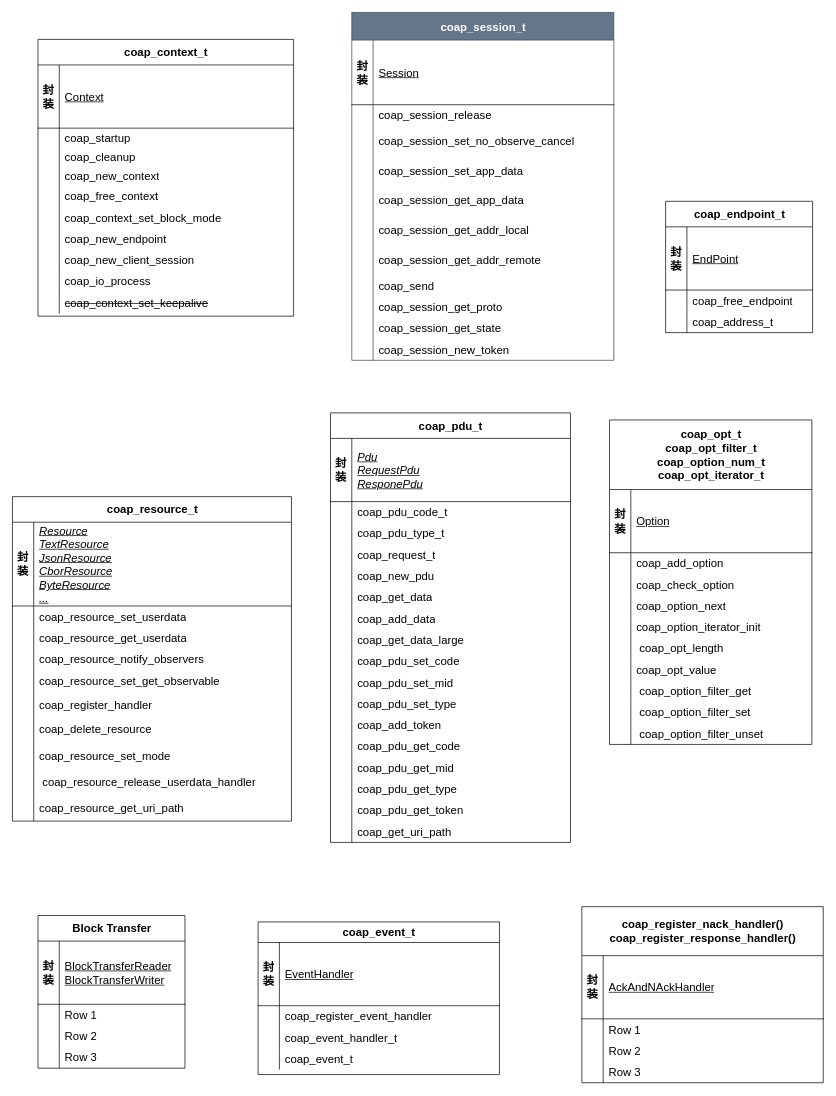
MrHulu/Learn-OpenGL keeps this draw.io diagram as page "coap底层封装" (3 of 4) of Coap/CoapPlusPlus/doc/coap.drawio. Above is the earlier version. Source tidied: cells renumbered, new cells numbered last; positions are measured from the earlier drawing's top-left corner, leaving out a move shared by most shapes. Both pictures are drawn from the tidied source at 71%, with x=0, y=0 at pixel (12, 12).
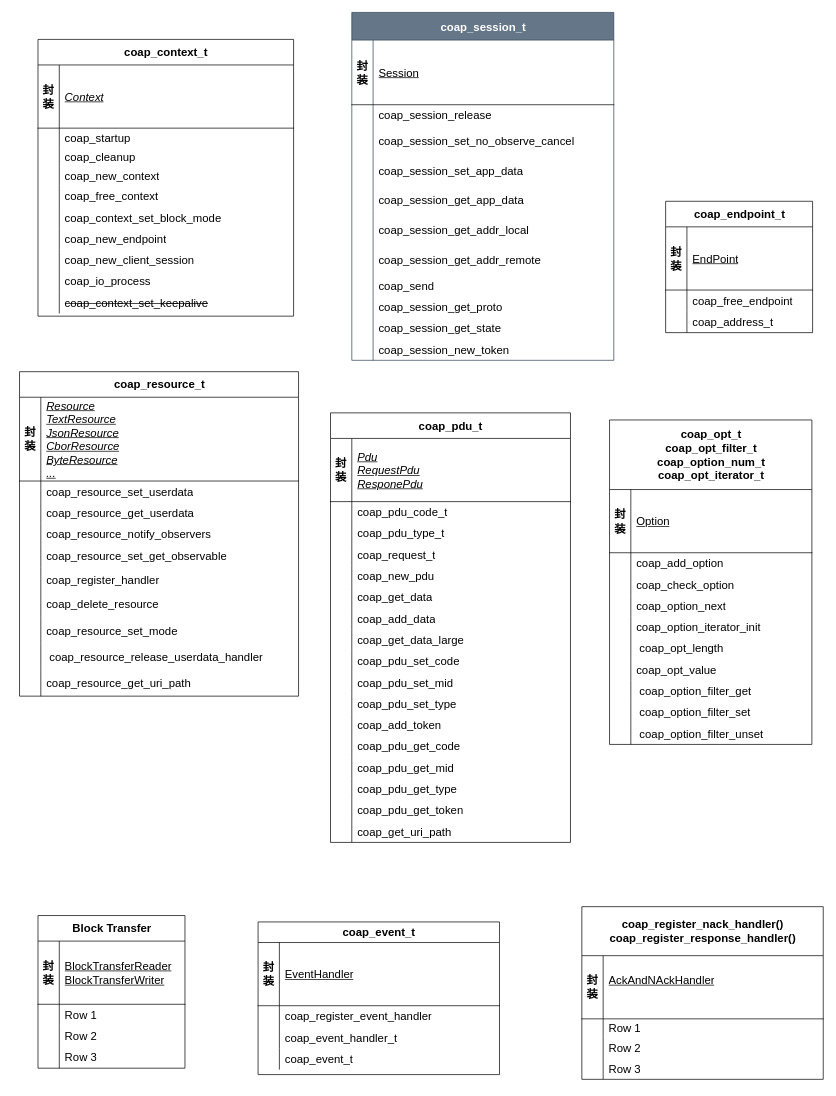
Above is the later version.

The change refers to these unchanged cells:
```xml
<mxCell id="3" style="shape=tableRow;horizontal=0;startSize=0;swimlaneHead=0;swimlaneBody=0;fillColor=none;top=0;left=0;right=0;bottom=1;fontSize=16;" parent="2" vertex="1">
  <mxGeometry y="36" width="360" height="89" as="geometry" />
</mxCell>
<mxCell id="187" style="shape=tableRow;horizontal=0;startSize=0;swimlaneHead=0;swimlaneBody=0;fillColor=none;top=0;left=0;right=0;bottom=1;fontSize=16;" parent="186" vertex="1">
  <mxGeometry y="69" width="340" height="89" as="geometry" />
</mxCell>
```

Change to the diagram source:
```diff
@@
-    <mxCell id="5" value="&lt;span style=&quot;font-weight: normal;&quot;&gt;Context&lt;/span&gt;" style="shape=partialRectangle;fillColor=none;top=0;left=0;bottom=0;right=0;align=left;spacingLeft=6;fontStyle=5;overflow=hidden;whiteSpace=wrap;html=1;fontSize=16;" parent="3" vertex="1">
+    <mxCell id="5" value="&lt;span style=&quot;font-weight: normal;&quot;&gt;&lt;i&gt;Context&lt;/i&gt;&lt;/span&gt;" style="shape=partialRectangle;fillColor=none;top=0;left=0;bottom=0;right=0;align=left;spacingLeft=6;fontStyle=5;overflow=hidden;whiteSpace=wrap;html=1;fontSize=16;" parent="3" vertex="1">
       <mxGeometry x="30" width="330" height="89" as="geometry" />
     </mxCell>
@@
     <mxCell id="77" value="coap_resource_t" style="shape=table;startSize=36;childLayout=tableLayout;rowLines=0;fontStyle=1;align=center;html=1;fontSize=16;" parent="1" vertex="1">
-      <mxGeometry y="682" width="393" height="457" as="geometry" />
+      <mxGeometry x="10" y="506" width="393" height="457" as="geometry" />
     </mxCell>
@@
     <mxCell id="186" value="coap_register_nack_handler()&lt;br&gt;coap_register_response_handler()" style="shape=table;startSize=69;childLayout=tableLayout;rowLines=0;fontStyle=1;align=center;html=1;fontSize=16;" parent="1" vertex="1">
-      <mxGeometry x="802" y="1259.5" width="340" height="248" as="geometry" />
+      <mxGeometry x="802" y="1259.5" width="340" height="243.2" as="geometry" />
     </mxCell>
@@
-    <mxCell id="189" value="&lt;span style=&quot;font-weight: normal;&quot;&gt;AckAndNAckHandler&lt;/span&gt;" style="shape=partialRectangle;fillColor=none;top=0;left=0;bottom=0;right=0;align=left;spacingLeft=6;fontStyle=5;overflow=hidden;whiteSpace=wrap;html=1;fontSize=16;" parent="187" vertex="1">
+    <mxCell id="189" value="&lt;span style=&quot;font-weight: normal;&quot;&gt;AckAndNAckHandler&lt;br&gt;&lt;br&gt;&lt;/span&gt;" style="shape=partialRectangle;fillColor=none;top=0;left=0;bottom=0;right=0;align=left;spacingLeft=6;fontStyle=5;overflow=hidden;whiteSpace=wrap;html=1;fontSize=16;" parent="187" vertex="1">
       <mxGeometry x="30" width="310" height="89" as="geometry" />
     </mxCell>
     <mxCell id="190" style="shape=tableRow;horizontal=0;startSize=0;swimlaneHead=0;swimlaneBody=0;fillColor=none;top=0;left=0;right=0;bottom=0;fontSize=16;" parent="186" vertex="1">
-      <mxGeometry y="158" width="340" height="30" as="geometry" />
+      <mxGeometry y="158" width="340" height="25" as="geometry" />
     </mxCell>
     <mxCell id="191" style="shape=partialRectangle;fillColor=none;top=0;left=0;bottom=0;right=0;overflow=hidden;whiteSpace=wrap;html=1;fontSize=16;" parent="190" vertex="1">
-      <mxGeometry width="30" height="30" as="geometry" />
+      <mxGeometry width="30" height="25" as="geometry" />
     </mxCell>
     <mxCell id="192" value="Row 1" style="shape=partialRectangle;fillColor=none;top=0;left=0;bottom=0;right=0;align=left;spacingLeft=6;overflow=hidden;whiteSpace=wrap;html=1;fontSize=16;" parent="190" vertex="1">
-      <mxGeometry x="30" width="310" height="30" as="geometry" />
+      <mxGeometry x="30" width="310" height="25" as="geometry" />
     </mxCell>
     <mxCell id="193" style="shape=tableRow;horizontal=0;startSize=0;swimlaneHead=0;swimlaneBody=0;fillColor=none;top=0;left=0;right=0;bottom=0;fontSize=16;" parent="186" vertex="1">
-      <mxGeometry y="188" width="340" height="30" as="geometry" />
+      <mxGeometry y="183" width="340" height="30" as="geometry" />
     </mxCell>
@@
     <mxCell id="196" style="shape=tableRow;horizontal=0;startSize=0;swimlaneHead=0;swimlaneBody=0;fillColor=none;top=0;left=0;right=0;bottom=0;fontSize=16;" parent="186" vertex="1">
-      <mxGeometry y="218" width="340" height="30" as="geometry" />
+      <mxGeometry y="213" width="340" height="30" as="geometry" />
     </mxCell>
```
